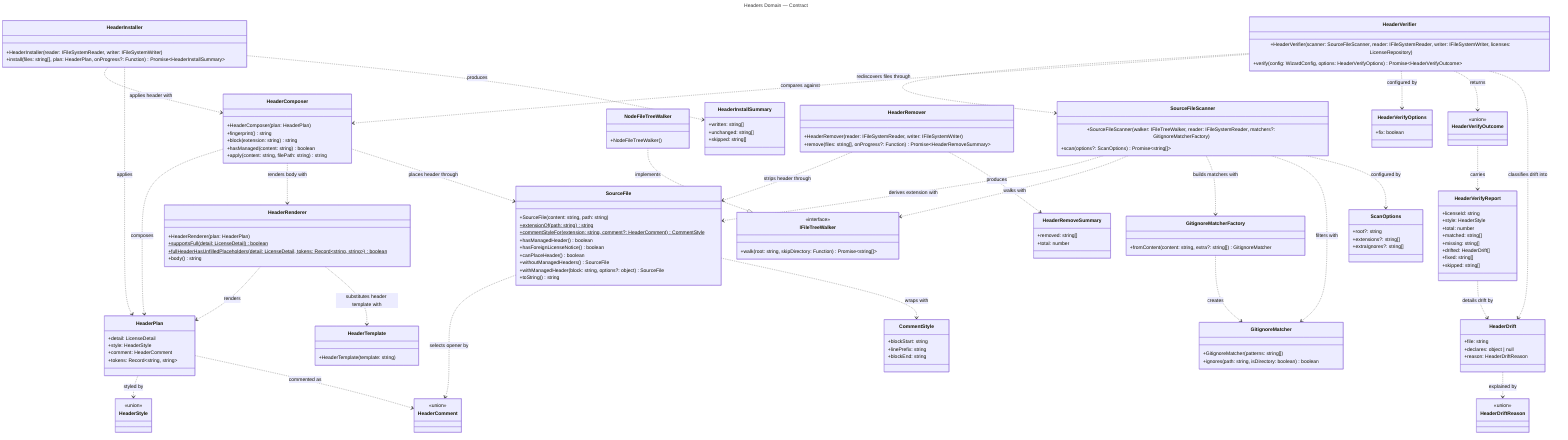
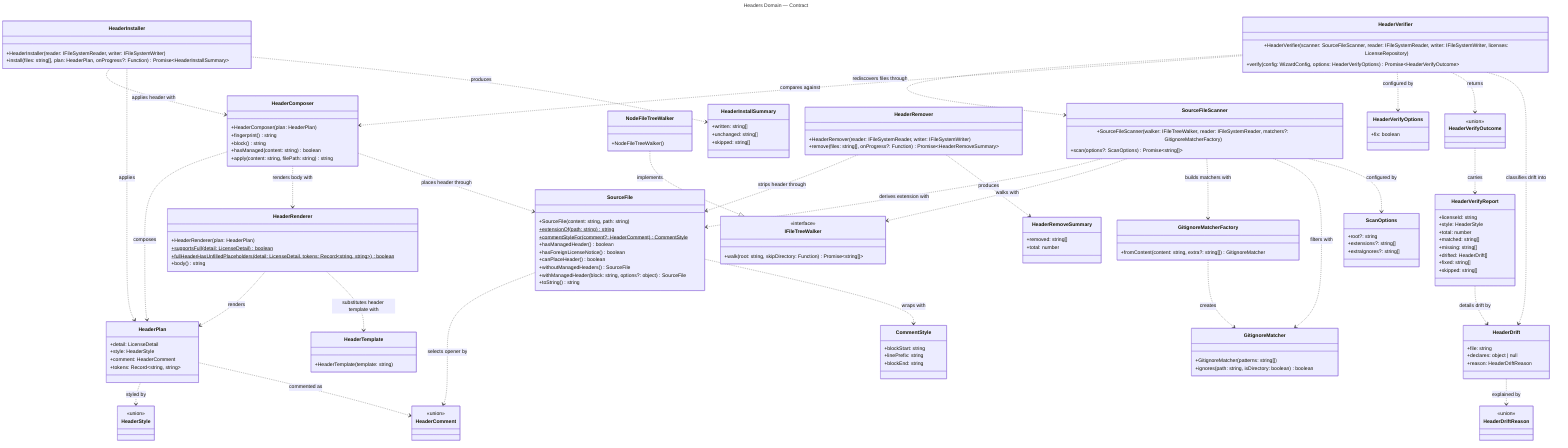
---
title: Headers Domain — Contract
---
classDiagram
  direction TB

  %% Domain: Headers (src/headers)
  %% Focused per-domain view extracted from ../class-diagram.mmd.
  %% Shows ONLY Headers-domain classes and their intra-domain relationships.
  %% Cross-domain relationships (HeaderTemplate extends Licensing's SpdxTemplate;
  %% HeaderPlan carries a LicenseDetail; installer/remover/verifier/scanner use
  %% Configuration's file-system interfaces; HeaderVerifier fetches through the
  %% LicenseRepository and verifies against WizardConfig) are intentionally
  %% omitted — see ../class-diagram.mmd for the full picture.

  class HeaderPlan {
    +detail: LicenseDetail
    +style: HeaderStyle
    +comment: HeaderComment
    +tokens: Record~string, string~
  }

  class HeaderStyle {
    <<union>>
  }

  class HeaderComment {
    <<union>>
  }

  class HeaderRenderer {
    +HeaderRenderer(plan: HeaderPlan)
    +supportsFull(detail: LicenseDetail)$ boolean
    +fullHeaderHasUnfilledPlaceholders(detail: LicenseDetail, tokens: Record~string, string~)$ boolean
    +body() string
  }

  class HeaderTemplate {
    +HeaderTemplate(template: string)
  }

  class HeaderComposer {
    +HeaderComposer(plan: HeaderPlan)
    +fingerprint() string
-     +block(extension: string) string
+     +block() string
    +hasManaged(content: string) boolean
    +apply(content: string, filePath: string) string
  }

  class SourceFileScanner {
    +SourceFileScanner(walker: IFileTreeWalker, reader: IFileSystemReader, matchers?: GitignoreMatcherFactory)
    +scan(options?: ScanOptions) Promise~string[]~
  }

  class ScanOptions {
    +root?: string
    +extensions?: string[]
    +extraIgnores?: string[]
  }

  class GitignoreMatcher {
    +GitignoreMatcher(patterns: string[])
    +ignores(path: string, isDirectory: boolean) boolean
  }

  class GitignoreMatcherFactory {
    +fromContent(content: string, extra?: string[]) GitignoreMatcher
  }

  class IFileTreeWalker {
    <<interface>>
    +walk(root: string, skipDirectory: Function) Promise~string[]~
  }

  class NodeFileTreeWalker {
    +NodeFileTreeWalker()
  }

  class HeaderInstaller {
    +HeaderInstaller(reader: IFileSystemReader, writer: IFileSystemWriter)
    +install(files: string[], plan: HeaderPlan, onProgress?: Function) Promise~HeaderInstallSummary~
  }

  class HeaderInstallSummary {
    +written: string[]
    +unchanged: string[]
    +skipped: string[]
  }

  class SourceFile {
    +SourceFile(content: string, path: string)
    +extensionOf(path: string)$ string
-     +commentStyleFor(extension: string, comment?: HeaderComment)$ CommentStyle
+     +commentStyleFor(comment?: HeaderComment)$ CommentStyle
    +hasManagedHeader() boolean
    +hasForeignLicenseNotice() boolean
    +canPlaceHeader() boolean
    +withoutManagedHeaders() SourceFile
    +withManagedHeader(block: string, options?: object) SourceFile
    +toString() string
  }

  class CommentStyle {
    +blockStart: string
    +linePrefix: string
    +blockEnd: string
  }

  class HeaderRemover {
    +HeaderRemover(reader: IFileSystemReader, writer: IFileSystemWriter)
    +remove(files: string[], onProgress?: Function) Promise~HeaderRemoveSummary~
  }

  class HeaderRemoveSummary {
    +removed: string[]
    +total: number
  }

  class HeaderVerifier {
    +HeaderVerifier(scanner: SourceFileScanner, reader: IFileSystemReader, writer: IFileSystemWriter, licenses: LicenseRepository)
    +verify(config: WizardConfig, options: HeaderVerifyOptions) Promise~HeaderVerifyOutcome~
  }

  class HeaderVerifyOptions {
    +fix: boolean
  }

  class HeaderVerifyOutcome {
    <<union>>
  }

  class HeaderVerifyReport {
    +licenseId: string
    +style: HeaderStyle
    +total: number
    +matched: string[]
    +missing: string[]
    +drifted: HeaderDrift[]
    +fixed: string[]
    +skipped: string[]
  }

  class HeaderDrift {
    +file: string
    +declares: object | null
    +reason: HeaderDriftReason
  }

  class HeaderDriftReason {
    <<union>>
  }

  HeaderPlan ..> HeaderStyle : styled by
  HeaderPlan ..> HeaderComment : commented as
  SourceFile ..> HeaderComment : selects opener by
  HeaderRenderer ..> HeaderPlan : renders
  HeaderRenderer ..> HeaderTemplate : substitutes header template with
  HeaderComposer ..> HeaderPlan : composes
  HeaderComposer ..> HeaderRenderer : renders body with
  HeaderComposer ..> SourceFile : places header through
  HeaderInstaller ..> HeaderComposer : applies header with
  HeaderInstaller ..> HeaderPlan : applies
  HeaderInstaller ..> HeaderInstallSummary : produces
  HeaderRemover ..> SourceFile : strips header through
  HeaderRemover ..> HeaderRemoveSummary : produces
  SourceFile ..> CommentStyle : wraps with
  SourceFileScanner ..> SourceFile : derives extension with
  SourceFileScanner ..> IFileTreeWalker : walks with
  SourceFileScanner ..> GitignoreMatcherFactory : builds matchers with
  SourceFileScanner ..> GitignoreMatcher : filters with
  SourceFileScanner ..> ScanOptions : configured by
  GitignoreMatcherFactory ..> GitignoreMatcher : creates
  NodeFileTreeWalker ..|> IFileTreeWalker : implements
  HeaderVerifier ..> SourceFileScanner : rediscovers files through
  HeaderVerifier ..> HeaderComposer : compares against
  HeaderVerifier ..> HeaderVerifyOptions : configured by
  HeaderVerifier ..> HeaderVerifyOutcome : returns
  HeaderVerifier ..> HeaderDrift : classifies drift into
  HeaderVerifyOutcome ..> HeaderVerifyReport : carries
  HeaderVerifyReport ..> HeaderDrift : details drift by
  HeaderDrift ..> HeaderDriftReason : explained by
